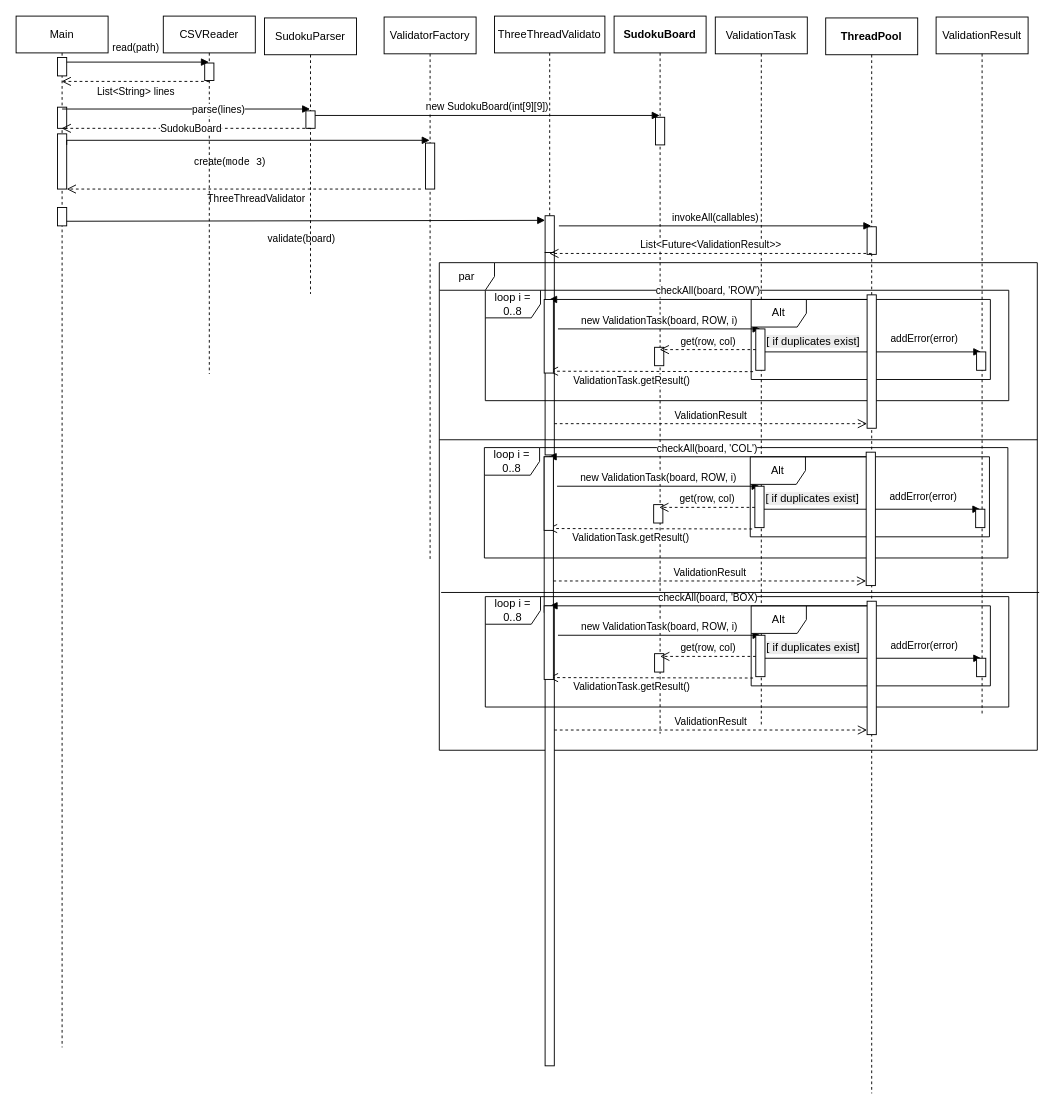
The draw.io diagram diagrams/mode3 sequence diagram.drawio in Smook-e/Prog_lab9, before the edit. Source tidied: cells renumbered, new cells numbered last; positions are measured from the earlier drawing's top-left corner, leaving out a move shared by most shapes. Both pictures are drawn from the tidied source at 92%, with x=0, y=0 at pixel (16, 16).
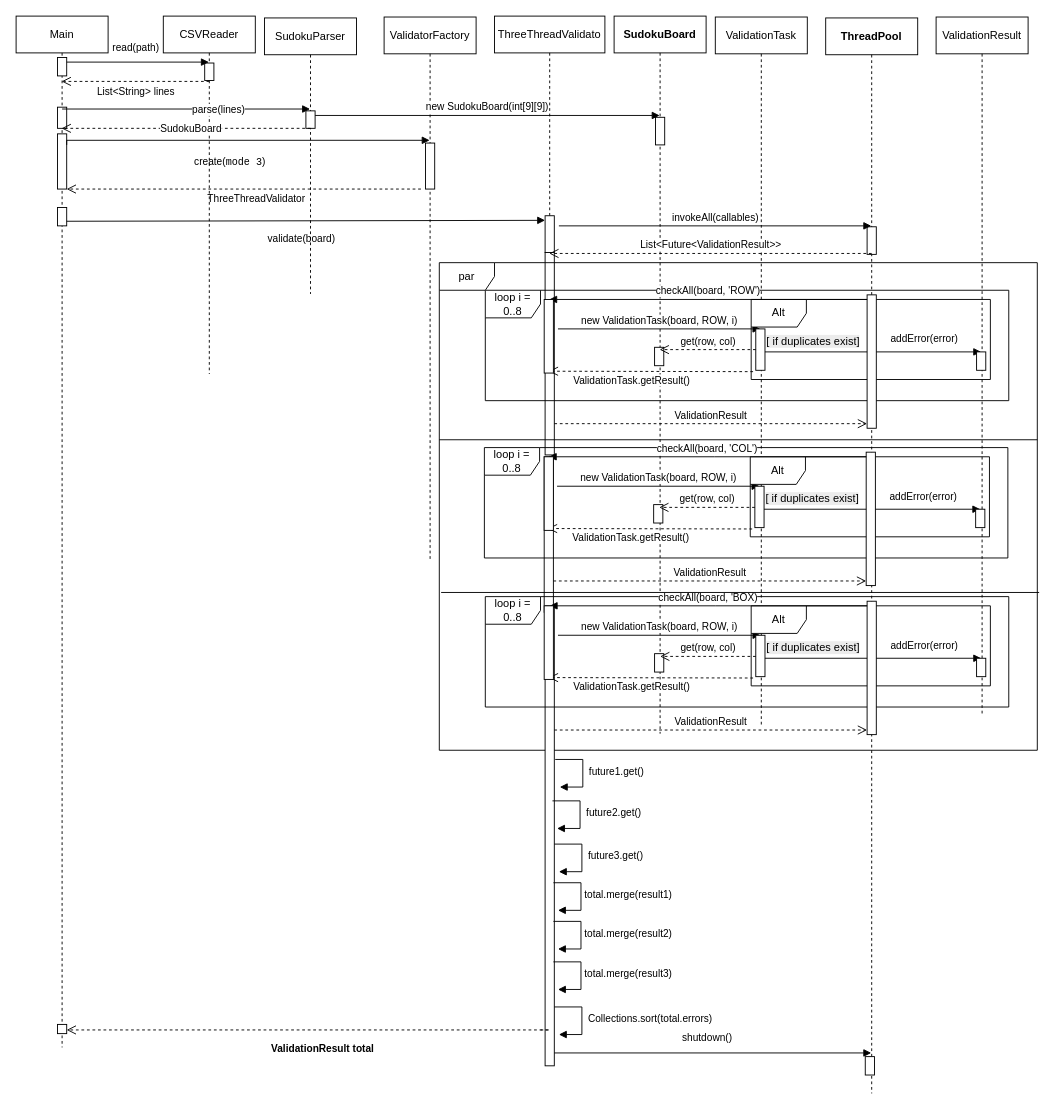
The same diagram, later.

Commit message:
validation result

Unchanged cells that the change refers to:
```xml
<mxCell id="2" value="Main" style="shape=umlLifeline;perimeter=lifelinePerimeter;whiteSpace=wrap;html=1;outlineConnect=0;portConstraint=eastwest;newEdgeStyle={&quot;curved&quot;:0,&quot;rounded&quot;:0};" parent="1" vertex="1">
  <mxGeometry width="100" height="1121" as="geometry" />
</mxCell>
<mxCell id="15" value="&lt;strong&gt;ThreadPool&lt;/strong&gt;" style="shape=umlLifeline;perimeter=lifelinePerimeter;whiteSpace=wrap;html=1;newEdgeStyle={&quot;curved&quot;:0,&quot;rounded&quot;:0};" parent="1" vertex="1">
  <mxGeometry x="880" y="2" width="100" height="1169" as="geometry" />
</mxCell>
```

Change to the diagram source:
```diff
@@
+    <mxCell id="79" style="html=1;points=[[0,0,0,0,5],[0,1,0,0,-5],[1,0,0,0,5],[1,1,0,0,-5]];perimeter=orthogonalPerimeter;outlineConnect=0;targetShapes=umlLifeline;portConstraint=eastwest;newEdgeStyle={&quot;curved&quot;:0,&quot;rounded&quot;:0};" parent="2" vertex="1">
+      <mxGeometry x="45" y="1096" width="10" height="10" as="geometry" />
+    </mxCell>
@@
+    <mxCell id="80" style="html=1;perimeter=orthogonalPerimeter;targetShapes=umlLifeline;newEdgeStyle={&quot;curved&quot;:0,&quot;rounded&quot;:0};" parent="15" vertex="1">
+      <mxGeometry x="43" y="1129" width="10" height="20" as="geometry" />
+    </mxCell>
@@
+    <mxCell id="81" value="&lt;strong&gt;ValidationResult total&lt;/strong&gt;" style="html=1;verticalAlign=bottom;endArrow=open;dashed=1;endSize=8;curved=0;rounded=0;" parent="1" edge="1" target="79">
+      <mxGeometry x="-0.04" y="30" relative="1" as="geometry">
+        <mxPoint x="570" y="1102" as="sourcePoint" />
+        <Array as="points">
+          <mxPoint x="580" y="1102" />
+          <mxPoint x="440" y="1102" />
+        </Array>
+      </mxGeometry>
+    </mxCell>
+    <mxCell id="82" value="total.merge(result1)" style="html=1;align=left;spacingLeft=2;endArrow=block;rounded=0;edgeStyle=orthogonalEdgeStyle;curved=0;rounded=0;" parent="1" edge="1">
+      <mxGeometry relative="1" as="geometry">
+        <mxPoint x="584" y="942" as="sourcePoint" />
+        <mxPoint x="589" y="972" as="targetPoint" />
+        <Array as="points">
+          <mxPoint x="614" y="972" />
+        </Array>
+      </mxGeometry>
+    </mxCell>
+    <mxCell id="83" value="&amp;nbsp;Collections.sort(total.errors)" style="html=1;align=left;spacingLeft=2;endArrow=block;rounded=0;edgeStyle=orthogonalEdgeStyle;curved=0;rounded=0;" parent="1" edge="1">
+      <mxGeometry relative="1" as="geometry">
+        <mxPoint x="585" y="1077" as="sourcePoint" />
+        <mxPoint x="590" y="1107" as="targetPoint" />
+        <Array as="points">
+          <mxPoint x="615" y="1107" />
+        </Array>
+      </mxGeometry>
+    </mxCell>
+    <mxCell id="84" value="shutdown()" style="html=1;verticalAlign=bottom;endArrow=block;curved=0;rounded=0;" parent="1" edge="1">
+      <mxGeometry y="181" relative="1" as="geometry">
+        <mxPoint x="929.5" y="1100" as="sourcePoint" />
+        <mxPoint x="929.5" y="1100" as="targetPoint" />
+        <mxPoint x="-179" y="20" as="offset" />
+      </mxGeometry>
+    </mxCell>
+    <mxCell id="85" style="html=1;verticalAlign=bottom;endArrow=block;curved=0;rounded=0;exitX=1;exitY=1;exitDx=0;exitDy=-5;exitPerimeter=0;" parent="1" edge="1">
+      <mxGeometry relative="1" as="geometry">
+        <mxPoint x="585" y="1127" as="sourcePoint" />
+        <mxPoint x="929.5" y="1127" as="targetPoint" />
+      </mxGeometry>
+    </mxCell>
+    <mxCell id="86" value="total.merge(result3)" style="html=1;align=left;spacingLeft=2;endArrow=block;rounded=0;edgeStyle=orthogonalEdgeStyle;curved=0;rounded=0;" parent="1" edge="1">
+      <mxGeometry relative="1" as="geometry">
+        <mxPoint x="584" y="1028" as="sourcePoint" />
+        <mxPoint x="589" y="1058" as="targetPoint" />
+        <Array as="points">
+          <mxPoint x="614" y="1058" />
+        </Array>
+      </mxGeometry>
+    </mxCell>
+    <mxCell id="87" value="total.merge(result2)" style="html=1;align=left;spacingLeft=2;endArrow=block;rounded=0;edgeStyle=orthogonalEdgeStyle;curved=0;rounded=0;" parent="1" edge="1">
+      <mxGeometry relative="1" as="geometry">
+        <mxPoint x="584" y="984" as="sourcePoint" />
+        <mxPoint x="589" y="1014" as="targetPoint" />
+        <Array as="points">
+          <mxPoint x="614" y="1014" />
+        </Array>
+      </mxGeometry>
+    </mxCell>
@@
+    <mxCell id="88" value="&amp;nbsp;future1.get()" style="html=1;align=left;spacingLeft=2;endArrow=block;rounded=0;edgeStyle=orthogonalEdgeStyle;curved=0;rounded=0;" parent="1" edge="1">
+      <mxGeometry relative="1" as="geometry">
+        <mxPoint x="586" y="808" as="sourcePoint" />
+        <mxPoint x="591" y="838" as="targetPoint" />
+        <Array as="points">
+          <mxPoint x="616" y="838" />
+        </Array>
+      </mxGeometry>
+    </mxCell>
+    <mxCell id="89" value="&amp;nbsp;future2.get()" style="html=1;align=left;spacingLeft=2;endArrow=block;rounded=0;edgeStyle=orthogonalEdgeStyle;curved=0;rounded=0;" parent="1" edge="1">
+      <mxGeometry relative="1" as="geometry">
+        <mxPoint x="583" y="853" as="sourcePoint" />
+        <mxPoint x="588" y="883" as="targetPoint" />
+        <Array as="points">
+          <mxPoint x="613" y="883" />
+        </Array>
+      </mxGeometry>
+    </mxCell>
+    <mxCell id="90" value="&amp;nbsp;future3.get()" style="html=1;align=left;spacingLeft=2;endArrow=block;rounded=0;edgeStyle=orthogonalEdgeStyle;curved=0;rounded=0;" parent="1" edge="1">
+      <mxGeometry relative="1" as="geometry">
+        <mxPoint x="585" y="900" as="sourcePoint" />
+        <mxPoint x="590" y="930" as="targetPoint" />
+        <Array as="points">
+          <mxPoint x="615" y="930" />
+        </Array>
+      </mxGeometry>
+    </mxCell>
```
